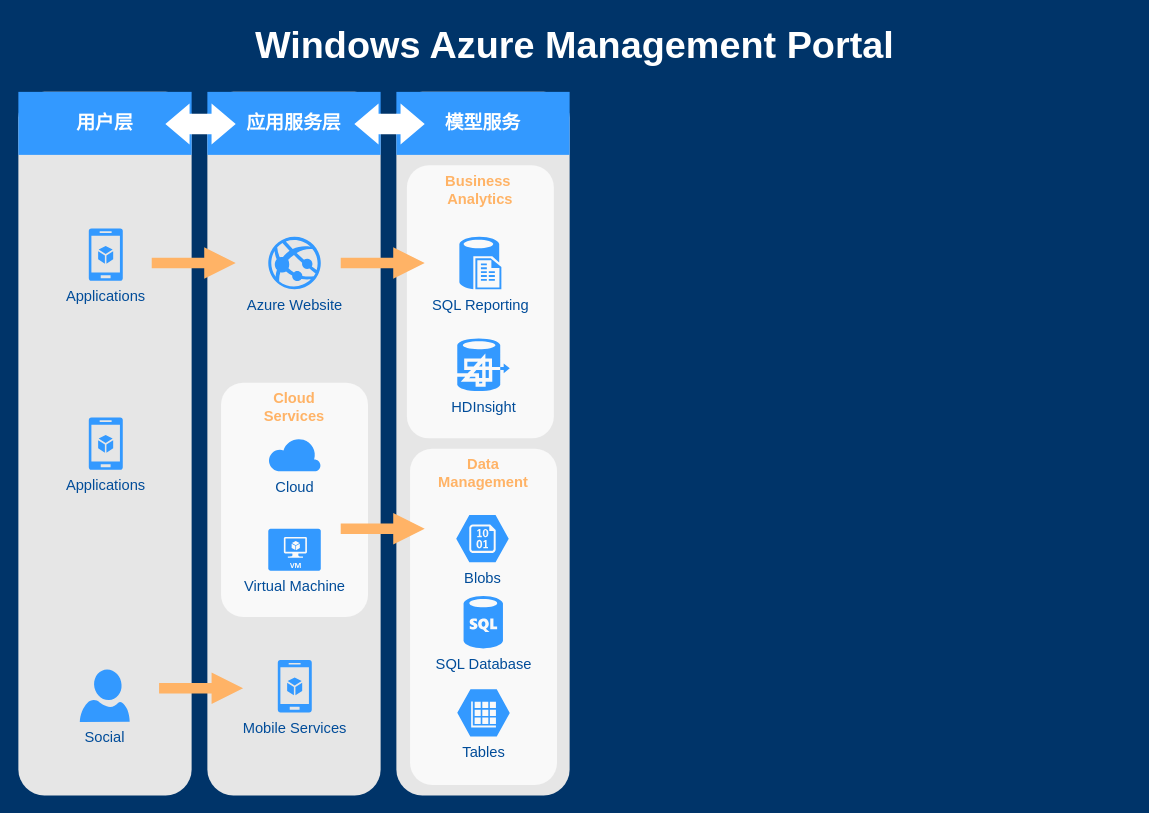
Before: 未命名绘图.drawio in killermyth/Documents, a draw.io diagram. Source tidied: cells renumbered, new cells numbered last; positions are measured from the earlier drawing's top-left corner, leaving out a move shared by most shapes. Both pictures are drawn from the tidied source at 105%, with x=0, y=0 at pixel (18, 18). Pictures stored in the file or linked from it are replaced by grey dashed boxes.
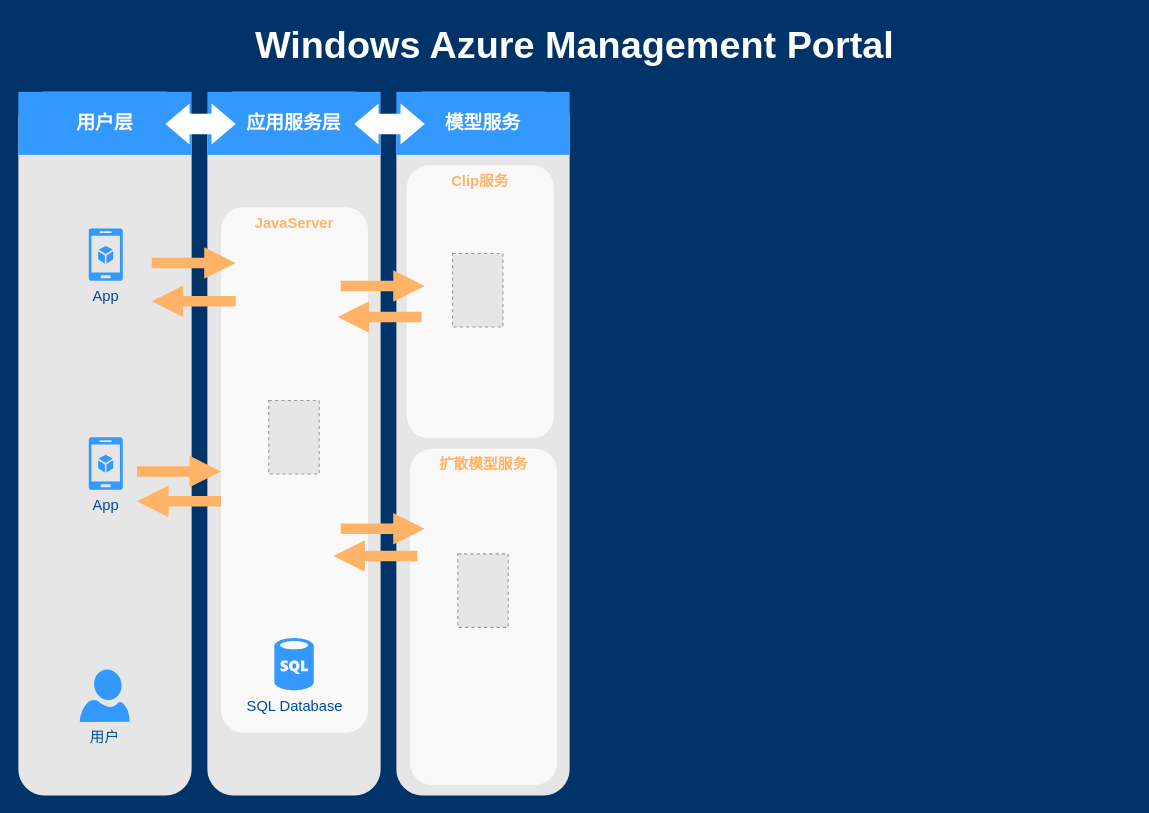
The same diagram, later.

Commit message (it also covers changes not shown here):
更新未命名绘图.drawio

Change to the diagram source:
```diff
@@
-    <mxCell id="10" value="Applications" style="verticalLabelPosition=bottom;html=1;verticalAlign=top;strokeColor=none;fillColor=#3399FF;shape=mxgraph.azure.mobile_services;dashed=1;fontFamily=Helvetica;fontSize=14;fontColor=#004C99;" parent="1" vertex="1">
+    <mxCell id="10" value="App" style="verticalLabelPosition=bottom;html=1;verticalAlign=top;strokeColor=none;fillColor=#3399FF;shape=mxgraph.azure.mobile_services;dashed=1;fontFamily=Helvetica;fontSize=14;fontColor=#004C99;" parent="1" vertex="1">
       <mxGeometry x="67" y="200" width="32.5" height="50" as="geometry" />
     </mxCell>
-    <mxCell id="11" value="Social" style="verticalLabelPosition=bottom;html=1;verticalAlign=top;strokeColor=none;fillColor=#3399FF;shape=mxgraph.azure.user;dashed=1;fontSize=14;fontColor=#004C99;" parent="1" vertex="1">
+    <mxCell id="11" value="用户" style="verticalLabelPosition=bottom;html=1;verticalAlign=top;strokeColor=none;fillColor=#3399FF;shape=mxgraph.azure.user;dashed=1;fontSize=14;fontColor=#004C99;" parent="1" vertex="1">
       <mxGeometry x="58.5" y="620" width="47.5" height="50" as="geometry" />
     </mxCell>
-    <mxCell id="12" value="Azure Website" style="verticalLabelPosition=bottom;html=1;verticalAlign=top;strokeColor=none;fillColor=#3399FF;shape=mxgraph.azure.azure_website;dashed=1;fontSize=14;fontColor=#004C99;" parent="1" vertex="1">
-      <mxGeometry x="238" y="208" width="50" height="50" as="geometry" />
-    </mxCell>
-    <mxCell id="13" value="Mobile Services" style="verticalLabelPosition=bottom;html=1;verticalAlign=top;strokeColor=none;fillColor=#3399FF;shape=mxgraph.azure.mobile_services;dashed=1;fontSize=14;fontColor=#004C99;" parent="1" vertex="1">
-      <mxGeometry x="247" y="611" width="32.5" height="50" as="geometry" />
-    </mxCell>
@@
-    <mxCell id="15" value="Business&amp;nbsp;&lt;div&gt;Analytics&lt;/div&gt;" style="rounded=1;whiteSpace=wrap;html=1;dashed=1;strokeColor=none;strokeWidth=2;fillColor=#FFFFFF;fontFamily=Helvetica;fontSize=14;fontColor=#FFB366;opacity=75;verticalAlign=top;fontStyle=1;" parent="1" vertex="1">
+    <mxCell id="15" value="Clip服务" style="rounded=1;whiteSpace=wrap;html=1;dashed=1;strokeColor=none;strokeWidth=2;fillColor=#FFFFFF;fontFamily=Helvetica;fontSize=14;fontColor=#FFB366;opacity=75;verticalAlign=top;fontStyle=1;" parent="1" vertex="1">
       <mxGeometry x="370" y="140" width="140" height="260" as="geometry" />
     </mxCell>
-    <mxCell id="16" value="Data&lt;div&gt;Management&lt;/div&gt;" style="rounded=1;whiteSpace=wrap;html=1;dashed=1;strokeColor=none;strokeWidth=2;fillColor=#FFFFFF;fontFamily=Helvetica;fontSize=14;fontColor=#FFB366;opacity=75;verticalAlign=top;fontStyle=1;" parent="1" vertex="1">
+    <mxCell id="16" value="扩散模型服务" style="rounded=1;whiteSpace=wrap;html=1;dashed=1;strokeColor=none;strokeWidth=2;fillColor=#FFFFFF;fontFamily=Helvetica;fontSize=14;fontColor=#FFB366;opacity=75;verticalAlign=top;fontStyle=1;" parent="1" vertex="1">
       <mxGeometry x="373" y="410" width="140" height="320" as="geometry" />
     </mxCell>
-    <mxCell id="17" value="SQL Reporting" style="verticalLabelPosition=bottom;html=1;verticalAlign=top;strokeColor=none;fillColor=#3399FF;shape=mxgraph.azure.sql_reporting;dashed=1;fontSize=14;fontColor=#004C99;" parent="1" vertex="1">
-      <mxGeometry x="420" y="208" width="40" height="50" as="geometry" />
-    </mxCell>
-    <mxCell id="18" value="HDInsight" style="verticalLabelPosition=bottom;html=1;verticalAlign=top;strokeColor=none;fillColor=#3399FF;shape=mxgraph.azure.hdinsight;dashed=1;fontSize=14;fontColor=#004C99;" parent="1" vertex="1">
-      <mxGeometry x="418" y="305" width="50" height="50" as="geometry" />
-    </mxCell>
-    <mxCell id="19" value="SQL Database" style="verticalLabelPosition=bottom;html=1;verticalAlign=top;strokeColor=none;fillColor=#3399FF;shape=mxgraph.azure.sql_database;dashed=1;fontFamily=Helvetica;fontSize=14;fontColor=#004C99;" parent="1" vertex="1">
-      <mxGeometry x="424" y="550" width="37.5" height="50" as="geometry" />
-    </mxCell>
-    <mxCell id="20" value="Tables" style="verticalLabelPosition=bottom;html=1;verticalAlign=top;strokeColor=none;fillColor=#3399FF;shape=mxgraph.azure.storage_table;dashed=1;fontFamily=Helvetica;fontSize=14;fontColor=#004C99;" parent="1" vertex="1">
-      <mxGeometry x="418" y="639" width="50" height="45" as="geometry" />
-    </mxCell>
-    <mxCell id="21" value="Blobs" style="verticalLabelPosition=bottom;html=1;verticalAlign=top;strokeColor=none;fillColor=#3399FF;shape=mxgraph.azure.storage_blob;dashed=1;fontFamily=Helvetica;fontSize=14;fontColor=#004C99;" parent="1" vertex="1">
-      <mxGeometry x="417" y="473" width="50" height="45" as="geometry" />
-    </mxCell>
-    <mxCell id="22" value="Cloud&lt;div&gt;Services&lt;/div&gt;" style="rounded=1;whiteSpace=wrap;html=1;dashed=1;strokeColor=none;strokeWidth=2;fillColor=#FFFFFF;fontFamily=Helvetica;fontSize=14;fontColor=#FFB366;opacity=75;verticalAlign=top;fontStyle=1;" parent="1" vertex="1">
-      <mxGeometry x="193" y="347" width="140" height="223" as="geometry" />
+    <mxCell id="22" value="JavaServer&lt;div&gt;&lt;br&gt;&lt;/div&gt;" style="rounded=1;whiteSpace=wrap;html=1;dashed=1;strokeColor=none;strokeWidth=2;fillColor=#FFFFFF;fontFamily=Helvetica;fontSize=14;fontColor=#FFB366;opacity=75;verticalAlign=top;fontStyle=1;" parent="1" vertex="1">
+      <mxGeometry x="193" y="180" width="140" height="500" as="geometry" />
     </mxCell>
-    <mxCell id="23" value="Cloud" style="verticalLabelPosition=bottom;html=1;verticalAlign=top;strokeColor=none;fillColor=#3399FF;shape=mxgraph.azure.cloud;dashed=1;fontSize=14;fontColor=#004C99;" parent="1" vertex="1">
-      <mxGeometry x="238" y="399" width="50" height="32.5" as="geometry" />
-    </mxCell>
-    <mxCell id="24" value="Virtual Machine" style="verticalLabelPosition=bottom;html=1;verticalAlign=top;strokeColor=none;fillColor=#3399FF;shape=mxgraph.azure.virtual_machine;dashed=1;fontSize=14;fontColor=#004C99;" parent="1" vertex="1">
-      <mxGeometry x="238" y="486" width="50" height="40" as="geometry" />
-    </mxCell>
@@
     <mxCell id="26" style="arrow;html=1;endArrow=block;endFill=1;strokeColor=none;strokeWidth=4;fontFamily=Helvetica;fontSize=36;fontColor=#FFB366;fillColor=#FFB366;opacity=100;" parent="1" edge="1">
       <mxGeometry relative="1" as="geometry">
-        <mxPoint x="307" y="233" as="sourcePoint" />
-        <mxPoint x="387" y="233" as="targetPoint" />
+        <mxPoint x="307" y="255" as="sourcePoint" />
+        <mxPoint x="387" y="255" as="targetPoint" />
       </mxGeometry>
     </mxCell>
@@
-    <mxCell id="28" style="arrow;html=1;endArrow=block;endFill=1;strokeColor=none;strokeWidth=4;fontFamily=Helvetica;fontSize=36;fontColor=#FFB366;fillColor=#FFB366;" parent="1" edge="1">
-      <mxGeometry relative="1" as="geometry">
-        <mxPoint x="134" y="638" as="sourcePoint" />
-        <mxPoint x="214" y="638" as="targetPoint" />
-      </mxGeometry>
-    </mxCell>
-    <mxCell id="29" value="Applications" style="verticalLabelPosition=bottom;html=1;verticalAlign=top;strokeColor=none;fillColor=#3399FF;shape=mxgraph.azure.mobile_services;dashed=1;fontFamily=Helvetica;fontSize=14;fontColor=#004C99;" parent="1" vertex="1">
-      <mxGeometry x="67" y="380" width="32.5" height="50" as="geometry" />
-    </mxCell>
+    <mxCell id="30" value="App" style="verticalLabelPosition=bottom;html=1;verticalAlign=top;strokeColor=none;fillColor=#3399FF;shape=mxgraph.azure.mobile_services;dashed=1;fontFamily=Helvetica;fontSize=14;fontColor=#004C99;" parent="1" vertex="1">
+      <mxGeometry x="67" y="399" width="32.5" height="50" as="geometry" />
+    </mxCell>
+    <mxCell id="31" style="arrow;html=1;endArrow=block;endFill=1;strokeColor=none;strokeWidth=4;fontFamily=Helvetica;fontSize=36;fontColor=#FFB366;fillColor=#FFB366;" parent="1" edge="1">
+      <mxGeometry relative="1" as="geometry">
+        <mxPoint x="113" y="431.5" as="sourcePoint" />
+        <mxPoint x="193" y="431.5" as="targetPoint" />
+      </mxGeometry>
+    </mxCell>
+    <mxCell id="19" value="SQL Database" style="verticalLabelPosition=bottom;html=1;verticalAlign=top;strokeColor=none;fillColor=#3399FF;shape=mxgraph.azure.sql_database;dashed=1;fontFamily=Helvetica;fontSize=14;fontColor=#004C99;" parent="1" vertex="1">
+      <mxGeometry x="243.8" y="590" width="37.5" height="50" as="geometry" />
+    </mxCell>
+    <mxCell id="32" style="fillColor=#E6E6E6;strokeColor=#999999;dashed=1;verticalLabelPosition=bottom;labelBackgroundColor=#ffffff;verticalAlign=top;" parent="1" vertex="1">
+      <mxGeometry x="238.5" y="364" width="48" height="70" as="geometry" />
+    </mxCell>
+    <mxCell id="33" style="fillColor=#E6E6E6;strokeColor=#999999;dashed=1;verticalLabelPosition=bottom;labelBackgroundColor=#ffffff;verticalAlign=top;" parent="1" vertex="1">
+      <mxGeometry x="413.5" y="224" width="48" height="70" as="geometry" />
+    </mxCell>
+    <mxCell id="34" style="fillColor=#E6E6E6;strokeColor=#999999;dashed=1;verticalLabelPosition=bottom;labelBackgroundColor=#ffffff;verticalAlign=top;" parent="1" vertex="1">
+      <mxGeometry x="418.5" y="510" width="48" height="70" as="geometry" />
+    </mxCell>
+    <mxCell id="35" style="arrow;html=1;endArrow=block;endFill=1;strokeColor=none;strokeWidth=4;fontFamily=Helvetica;fontSize=36;fontColor=#FFB366;fillColor=#FFB366;opacity=100;" parent="1" edge="1">
+      <mxGeometry relative="1" as="geometry">
+        <mxPoint x="384" y="284.5" as="sourcePoint" />
+        <mxPoint x="304" y="284.5" as="targetPoint" />
+      </mxGeometry>
+    </mxCell>
+    <mxCell id="36" style="arrow;html=1;endArrow=block;endFill=1;strokeColor=none;strokeWidth=4;fontFamily=Helvetica;fontSize=36;fontColor=#FFB366;fillColor=#FFB366;opacity=100;" parent="1" edge="1">
+      <mxGeometry relative="1" as="geometry">
+        <mxPoint x="380" y="512" as="sourcePoint" />
+        <mxPoint x="300" y="512" as="targetPoint" />
+      </mxGeometry>
+    </mxCell>
+    <mxCell id="37" style="arrow;html=1;endArrow=block;endFill=1;strokeColor=none;strokeWidth=4;fontFamily=Helvetica;fontSize=36;fontColor=#FFB366;fillColor=#FFB366;opacity=100;" parent="1" edge="1">
+      <mxGeometry relative="1" as="geometry">
+        <mxPoint x="193" y="460" as="sourcePoint" />
+        <mxPoint x="113" y="460" as="targetPoint" />
+      </mxGeometry>
+    </mxCell>
+    <mxCell id="38" style="arrow;html=1;endArrow=block;endFill=1;strokeColor=none;strokeWidth=4;fontFamily=Helvetica;fontSize=36;fontColor=#FFB366;fillColor=#FFB366;opacity=100;" parent="1" edge="1">
+      <mxGeometry relative="1" as="geometry">
+        <mxPoint x="207" y="269.5" as="sourcePoint" />
+        <mxPoint x="127" y="269.5" as="targetPoint" />
+      </mxGeometry>
+    </mxCell>
```
